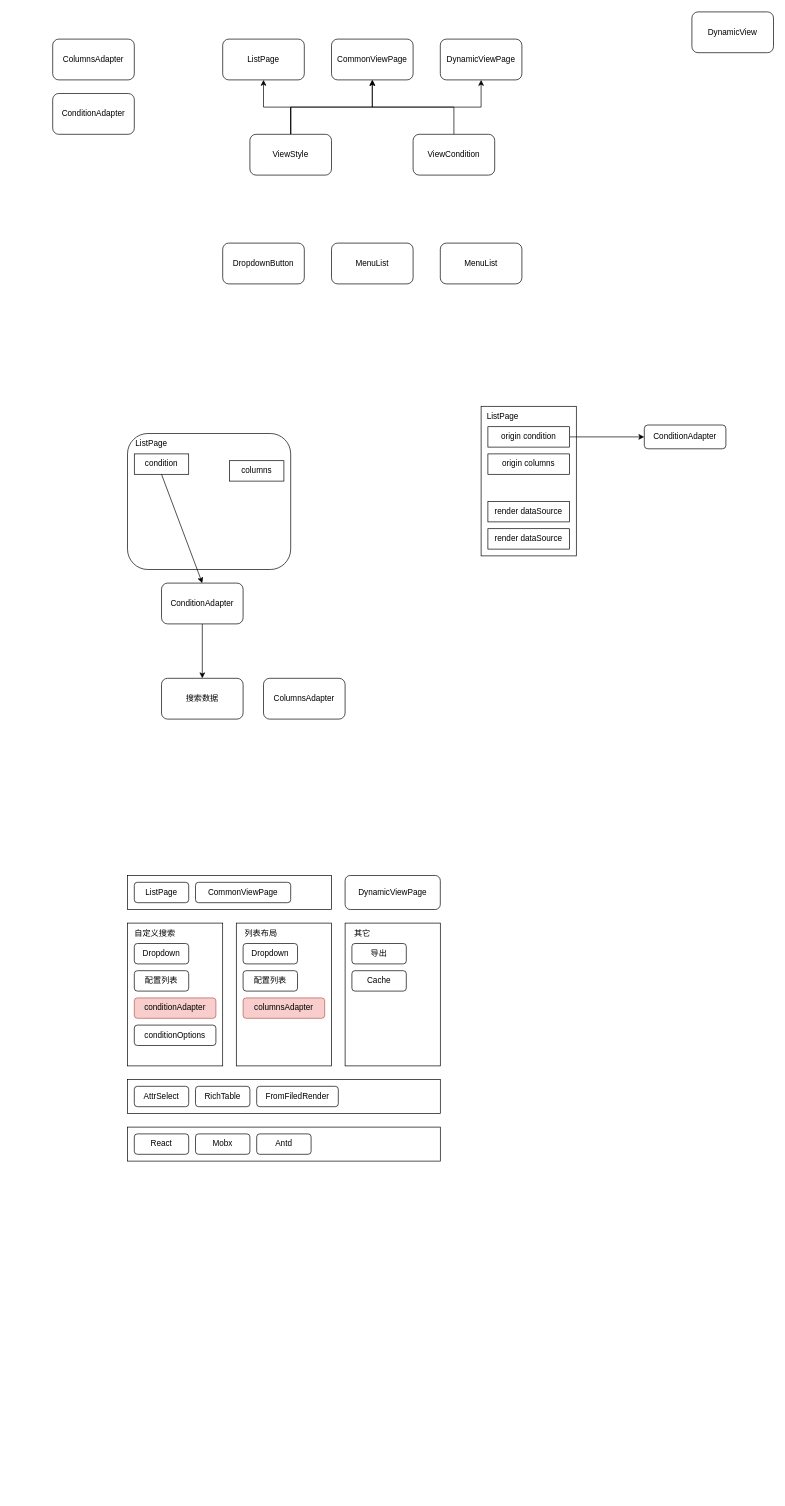
Above: page "第 1 页" (1 of 3) of dynamic_view.drawio in SikyChen/diagrams (draw.io), before the change. Source tidied: cells renumbered, new cells numbered last; positions are measured from the earlier drawing's top-left corner, leaving out a move shared by most shapes. Both pictures are drawn from the tidied source at 68%, with x=0, y=0 at pixel (52, 12).
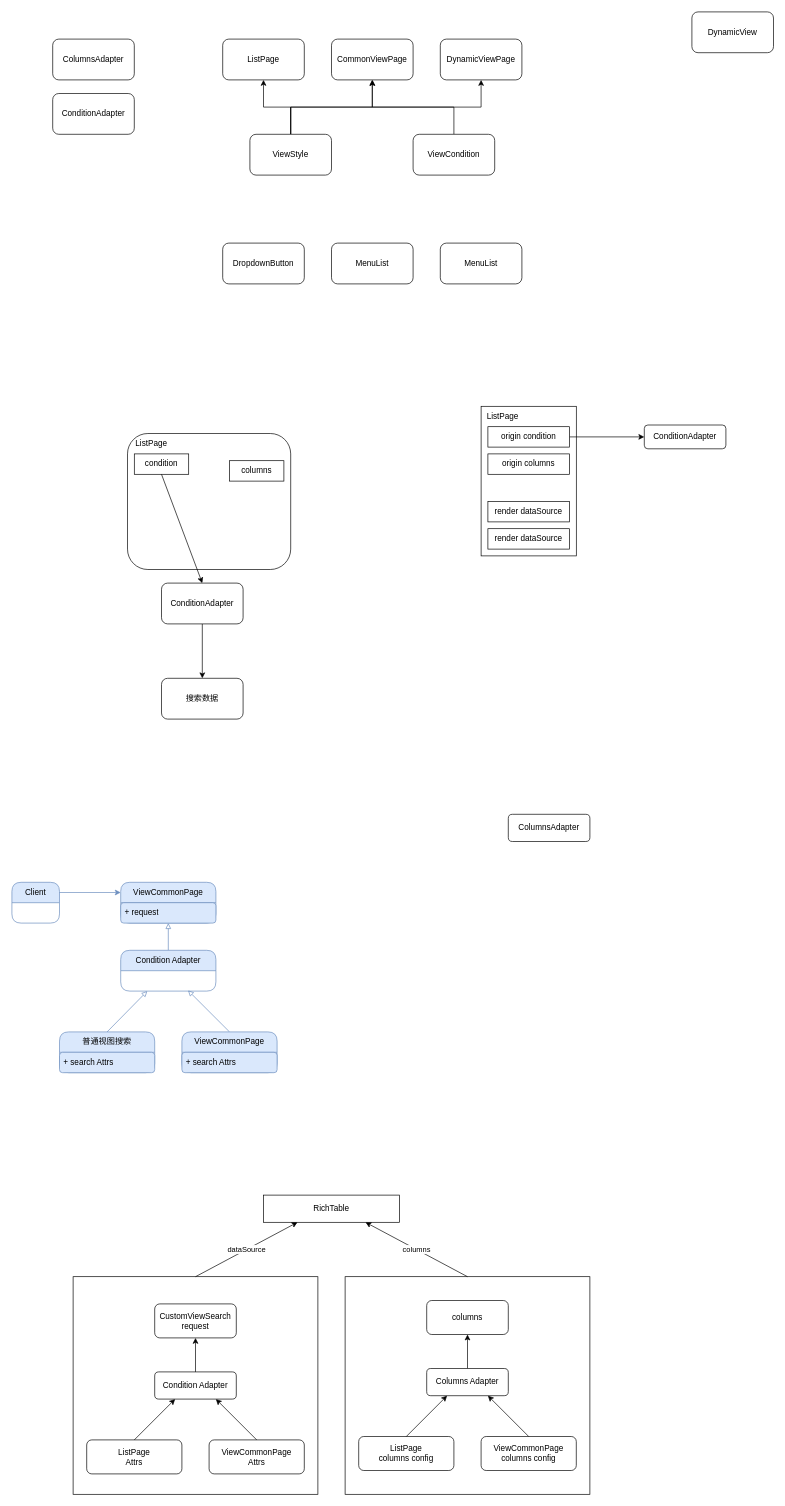
After the change.

Diff of the diagram source:
```diff
@@
+    <mxCell id="62" style="rounded=0;whiteSpace=wrap;html=1;strokeColor=default;" parent="1" vertex="1">
+      <mxGeometry x="430" y="1860" width="360" height="320" as="geometry" />
+    </mxCell>
+    <mxCell id="63" style="rounded=0;whiteSpace=wrap;html=1;strokeColor=default;" parent="1" vertex="1">
+      <mxGeometry x="30" y="1860" width="360" height="320" as="geometry" />
+    </mxCell>
@@
     <mxCell id="22" value="ColumnsAdapter" style="rounded=1;whiteSpace=wrap;html=1;" parent="1" vertex="1">
-      <mxGeometry x="310" y="980" width="120" height="60" as="geometry" />
+      <mxGeometry x="670" y="1180" width="120" height="40" as="geometry" />
     </mxCell>
@@
-    <mxCell id="35" style="rounded=0;whiteSpace=wrap;html=1;" parent="1" vertex="1">
-      <mxGeometry x="110" y="1340" width="140" height="210" as="geometry" />
-    </mxCell>
-    <mxCell id="36" value="自定义搜索" style="text;html=1;align=center;verticalAlign=middle;strokeColor=none;fillColor=none;" parent="1" vertex="1">
-      <mxGeometry x="110" y="1340" width="80" height="30" as="geometry" />
-    </mxCell>
-    <mxCell id="37" value="Dropdown" style="rounded=1;whiteSpace=wrap;html=1;" parent="1" vertex="1">
-      <mxGeometry x="120" y="1370" width="80" height="30" as="geometry" />
-    </mxCell>
-    <mxCell id="38" value="配置列表" style="rounded=1;whiteSpace=wrap;html=1;" parent="1" vertex="1">
-      <mxGeometry x="120" y="1410" width="80" height="30" as="geometry" />
-    </mxCell>
-    <mxCell id="39" value="conditionAdapter" style="rounded=1;whiteSpace=wrap;html=1;fillColor=#f8cecc;strokeColor=#b85450;" parent="1" vertex="1">
-      <mxGeometry x="120" y="1450" width="120" height="30" as="geometry" />
-    </mxCell>
-    <mxCell id="40" style="rounded=0;whiteSpace=wrap;html=1;" parent="1" vertex="1">
-      <mxGeometry x="270" y="1340" width="140" height="210" as="geometry" />
-    </mxCell>
-    <mxCell id="41" value="列表布局" style="text;html=1;align=center;verticalAlign=middle;strokeColor=none;fillColor=none;" parent="1" vertex="1">
-      <mxGeometry x="271" y="1340" width="70" height="30" as="geometry" />
-    </mxCell>
-    <mxCell id="42" value="Dropdown" style="rounded=1;whiteSpace=wrap;html=1;" parent="1" vertex="1">
-      <mxGeometry x="280" y="1370" width="80" height="30" as="geometry" />
-    </mxCell>
-    <mxCell id="43" value="配置列表" style="rounded=1;whiteSpace=wrap;html=1;" parent="1" vertex="1">
-      <mxGeometry x="280" y="1410" width="80" height="30" as="geometry" />
-    </mxCell>
-    <mxCell id="44" value="columnsAdapter" style="rounded=1;whiteSpace=wrap;html=1;fillColor=#f8cecc;strokeColor=#b85450;" parent="1" vertex="1">
-      <mxGeometry x="280" y="1450" width="120" height="30" as="geometry" />
-    </mxCell>
-    <mxCell id="45" value="conditionOptions" style="rounded=1;whiteSpace=wrap;html=1;" parent="1" vertex="1">
-      <mxGeometry x="120" y="1490" width="120" height="30" as="geometry" />
-    </mxCell>
-    <mxCell id="46" style="rounded=0;whiteSpace=wrap;html=1;" parent="1" vertex="1">
-      <mxGeometry x="430" y="1340" width="140" height="210" as="geometry" />
-    </mxCell>
-    <mxCell id="47" value="其它" style="text;html=1;align=center;verticalAlign=middle;strokeColor=none;fillColor=none;" parent="1" vertex="1">
-      <mxGeometry x="430" y="1340" width="50" height="30" as="geometry" />
-    </mxCell>
-    <mxCell id="48" value="导出" style="rounded=1;whiteSpace=wrap;html=1;" parent="1" vertex="1">
-      <mxGeometry x="440" y="1370" width="80" height="30" as="geometry" />
-    </mxCell>
-    <mxCell id="49" style="rounded=0;whiteSpace=wrap;html=1;" parent="1" vertex="1">
-      <mxGeometry x="110" y="1570" width="460" height="50" as="geometry" />
-    </mxCell>
-    <mxCell id="50" value="AttrSelect" style="rounded=1;whiteSpace=wrap;html=1;" parent="1" vertex="1">
-      <mxGeometry x="120" y="1580" width="80" height="30" as="geometry" />
-    </mxCell>
+    <mxCell id="64" style="endArrow=block;html=1;rounded=0;exitX=0.5;exitY=0;exitDx=0;exitDy=0;entryX=0.279;entryY=1;entryDx=0;entryDy=0;entryPerimeter=0;endFill=0;fillColor=#dae8fc;strokeColor=#6c8ebf;" parent="1" edge="1" source="66">
+      <mxGeometry relative="1" as="geometry">
+        <mxPoint x="139.1" y="1440" as="targetPoint" />
+      </mxGeometry>
+    </mxCell>
+    <mxCell id="65" style="endArrow=block;html=1;rounded=0;exitX=0.5;exitY=0;exitDx=0;exitDy=0;entryX=0.707;entryY=0.967;entryDx=0;entryDy=0;entryPerimeter=0;endFill=0;fillColor=#dae8fc;strokeColor=#6c8ebf;" parent="1" edge="1" source="68">
+      <mxGeometry relative="1" as="geometry">
+        <mxPoint x="199" y="1439" as="targetPoint" />
+      </mxGeometry>
+    </mxCell>
+    <mxCell id="66" value="普通视图搜索" style="swimlane;fontStyle=0;horizontal=1;startSize=30;whiteSpace=wrap;html=1;rounded=1;fillColor=#dae8fc;strokeColor=#6c8ebf;" parent="1" vertex="1">
+      <mxGeometry x="10" y="1500" width="140" height="60" as="geometry" />
+    </mxCell>
+    <mxCell id="67" value="&lt;span style=&quot;text-align: center;&quot;&gt;+ search Attrs&lt;/span&gt;" style="text;strokeColor=#6c8ebf;fillColor=#dae8fc;align=left;verticalAlign=middle;spacingLeft=4;spacingRight=4;overflow=hidden;whiteSpace=wrap;html=1;rounded=1;" parent="66" vertex="1">
+      <mxGeometry y="30" width="140" height="30" as="geometry" />
+    </mxCell>
+    <mxCell id="68" value="ViewCommonPage" style="swimlane;fontStyle=0;horizontal=1;startSize=30;whiteSpace=wrap;html=1;rounded=1;fillColor=#dae8fc;strokeColor=#6c8ebf;" parent="1" vertex="1">
+      <mxGeometry x="190" y="1500" width="140" height="60" as="geometry" />
+    </mxCell>
+    <mxCell id="69" value="&lt;span style=&quot;text-align: center;&quot;&gt;+ search Attrs&lt;/span&gt;" style="text;strokeColor=#6c8ebf;fillColor=#dae8fc;align=left;verticalAlign=middle;spacingLeft=4;spacingRight=4;overflow=hidden;whiteSpace=wrap;html=1;rounded=1;" parent="68" vertex="1">
+      <mxGeometry y="30" width="140" height="30" as="geometry" />
+    </mxCell>
+    <mxCell id="70" style="edgeStyle=orthogonalEdgeStyle;rounded=0;jettySize=auto;html=1;endArrow=block;endFill=0;fillColor=#dae8fc;strokeColor=#6c8ebf;entryX=0.5;entryY=1;entryDx=0;entryDy=0;entryPerimeter=0;" parent="1" edge="1" source="71" target="74">
+      <mxGeometry relative="1" as="geometry" />
+    </mxCell>
+    <mxCell id="71" value="Condition Adapter" style="swimlane;fontStyle=0;horizontal=1;startSize=30;whiteSpace=wrap;html=1;rounded=1;fillColor=#dae8fc;strokeColor=#6c8ebf;" parent="1" vertex="1">
+      <mxGeometry x="100" y="1380" width="140" height="60" as="geometry" />
+    </mxCell>
+    <mxCell id="72" value="Client" style="swimlane;fontStyle=0;horizontal=1;startSize=30;whiteSpace=wrap;html=1;rounded=1;fillColor=#dae8fc;strokeColor=#6c8ebf;" parent="1" vertex="1">
+      <mxGeometry x="-60" y="1280" width="70" height="60" as="geometry" />
+    </mxCell>
+    <mxCell id="73" value="ViewCommonPage" style="swimlane;fontStyle=0;horizontal=1;startSize=30;whiteSpace=wrap;html=1;rounded=1;fillColor=#dae8fc;strokeColor=#6c8ebf;" parent="1" vertex="1">
+      <mxGeometry x="100" y="1280" width="140" height="60" as="geometry" />
+    </mxCell>
+    <mxCell id="74" value="+ request" style="text;strokeColor=#6c8ebf;fillColor=#dae8fc;align=left;verticalAlign=middle;spacingLeft=4;spacingRight=4;overflow=hidden;points=[[0,0.5],[1,0.5]];portConstraint=eastwest;whiteSpace=wrap;html=1;rounded=1;" parent="73" vertex="1">
+      <mxGeometry y="30" width="140" height="30" as="geometry" />
+    </mxCell>
+    <mxCell id="75" style="endArrow=classic;html=1;rounded=0;exitX=1;exitY=0.25;exitDx=0;exitDy=0;entryX=0;entryY=0.25;entryDx=0;entryDy=0;fillColor=#dae8fc;strokeColor=#6c8ebf;" parent="1" edge="1" source="72" target="73">
+      <mxGeometry relative="1" as="geometry" />
+    </mxCell>
+    <mxCell id="76" value="CustomViewSearch&lt;br&gt;&lt;span style=&quot;text-align: left;&quot;&gt;request&lt;/span&gt;" style="rounded=1;whiteSpace=wrap;html=1;strokeColor=default;" parent="1" vertex="1">
+      <mxGeometry x="150" y="1900" width="120" height="50" as="geometry" />
+    </mxCell>
+    <mxCell id="77" style="edgeStyle=orthogonalEdgeStyle;rounded=0;jettySize=auto;html=1;exitX=0.5;exitY=0;exitDx=0;exitDy=0;entryX=0.5;entryY=1;entryDx=0;entryDy=0;endArrow=classic;endFill=1;" parent="1" edge="1" source="78" target="76">
+      <mxGeometry relative="1" as="geometry" />
+    </mxCell>
+    <mxCell id="78" value="Condition Adapter" style="rounded=1;whiteSpace=wrap;html=1;strokeColor=default;" parent="1" vertex="1">
+      <mxGeometry x="150" y="2000" width="120" height="40" as="geometry" />
+    </mxCell>
+    <mxCell id="79" value="ListPage&lt;br&gt;Attrs" style="rounded=1;whiteSpace=wrap;html=1;strokeColor=default;" parent="1" vertex="1">
+      <mxGeometry x="50" y="2100" width="140" height="50" as="geometry" />
+    </mxCell>
+    <mxCell id="80" value="ViewCommonPage&lt;br&gt;Attrs" style="rounded=1;whiteSpace=wrap;html=1;strokeColor=default;" parent="1" vertex="1">
+      <mxGeometry x="230" y="2100" width="140" height="50" as="geometry" />
+    </mxCell>
+    <mxCell id="81" style="endArrow=classic;html=1;rounded=0;exitX=0.5;exitY=0;exitDx=0;exitDy=0;entryX=0.25;entryY=1;entryDx=0;entryDy=0;" parent="1" edge="1" source="79" target="78">
+      <mxGeometry relative="1" as="geometry" />
+    </mxCell>
+    <mxCell id="82" style="endArrow=classic;html=1;rounded=0;exitX=0.5;exitY=0;exitDx=0;exitDy=0;entryX=0.75;entryY=1;entryDx=0;entryDy=0;" parent="1" edge="1" source="80" target="78">
+      <mxGeometry relative="1" as="geometry" />
+    </mxCell>
+    <mxCell id="83" value="columns" style="rounded=1;whiteSpace=wrap;html=1;strokeColor=default;" parent="1" vertex="1">
+      <mxGeometry x="550" y="1895" width="120" height="50" as="geometry" />
+    </mxCell>
+    <mxCell id="84" style="edgeStyle=orthogonalEdgeStyle;rounded=0;jettySize=auto;html=1;exitX=0.5;exitY=0;exitDx=0;exitDy=0;entryX=0.5;entryY=1;entryDx=0;entryDy=0;endArrow=classic;endFill=1;" parent="1" edge="1" source="85" target="83">
+      <mxGeometry relative="1" as="geometry" />
+    </mxCell>
+    <mxCell id="85" value="Columns Adapter" style="rounded=1;whiteSpace=wrap;html=1;strokeColor=default;" parent="1" vertex="1">
+      <mxGeometry x="550" y="1995" width="120" height="40" as="geometry" />
+    </mxCell>
+    <mxCell id="86" value="ListPage&lt;br&gt;columns config" style="rounded=1;whiteSpace=wrap;html=1;strokeColor=default;" parent="1" vertex="1">
+      <mxGeometry x="450" y="2095" width="140" height="50" as="geometry" />
+    </mxCell>
+    <mxCell id="87" value="ViewCommonPage&lt;br&gt;columns config" style="rounded=1;whiteSpace=wrap;html=1;strokeColor=default;" parent="1" vertex="1">
+      <mxGeometry x="630" y="2095" width="140" height="50" as="geometry" />
+    </mxCell>
+    <mxCell id="88" style="endArrow=classic;html=1;rounded=0;exitX=0.5;exitY=0;exitDx=0;exitDy=0;entryX=0.25;entryY=1;entryDx=0;entryDy=0;" parent="1" edge="1" source="86" target="85">
+      <mxGeometry relative="1" as="geometry" />
+    </mxCell>
+    <mxCell id="89" style="endArrow=classic;html=1;rounded=0;exitX=0.5;exitY=0;exitDx=0;exitDy=0;entryX=0.75;entryY=1;entryDx=0;entryDy=0;" parent="1" edge="1" source="87" target="85">
+      <mxGeometry relative="1" as="geometry" />
+    </mxCell>
-    <mxCell id="51" value="RichTable" style="rounded=1;whiteSpace=wrap;html=1;" parent="1" vertex="1">
-      <mxGeometry x="210" y="1580" width="80" height="30" as="geometry" />
+    <mxCell id="51" value="RichTable" style="rounded=0;whiteSpace=wrap;html=1;strokeColor=default;" parent="1" vertex="1">
+      <mxGeometry x="310" y="1740" width="200" height="40" as="geometry" />
     </mxCell>
-    <mxCell id="52" style="rounded=0;whiteSpace=wrap;html=1;" parent="1" vertex="1">
-      <mxGeometry x="110" y="1640" width="460" height="50" as="geometry" />
-    </mxCell>
-    <mxCell id="53" value="React" style="rounded=1;whiteSpace=wrap;html=1;" parent="1" vertex="1">
-      <mxGeometry x="120" y="1650" width="80" height="30" as="geometry" />
-    </mxCell>
-    <mxCell id="54" value="Mobx" style="rounded=1;whiteSpace=wrap;html=1;" parent="1" vertex="1">
-      <mxGeometry x="210" y="1650" width="80" height="30" as="geometry" />
-    </mxCell>
-    <mxCell id="55" value="Antd" style="rounded=1;whiteSpace=wrap;html=1;" parent="1" vertex="1">
-      <mxGeometry x="300" y="1650" width="80" height="30" as="geometry" />
-    </mxCell>
-    <mxCell id="56" value="FromFiledRender" style="rounded=1;whiteSpace=wrap;html=1;" parent="1" vertex="1">
-      <mxGeometry x="300" y="1580" width="120" height="30" as="geometry" />
-    </mxCell>
-    <mxCell id="57" style="rounded=0;whiteSpace=wrap;html=1;" parent="1" vertex="1">
-      <mxGeometry x="110" y="1270" width="300" height="50" as="geometry" />
-    </mxCell>
-    <mxCell id="58" value="ListPage" style="rounded=1;whiteSpace=wrap;html=1;" parent="1" vertex="1">
-      <mxGeometry x="120" y="1280" width="80" height="30" as="geometry" />
-    </mxCell>
-    <mxCell id="59" value="CommonViewPage" style="rounded=1;whiteSpace=wrap;html=1;" parent="1" vertex="1">
-      <mxGeometry x="210" y="1280" width="140" height="30" as="geometry" />
-    </mxCell>
-    <mxCell id="60" value="DynamicViewPage" style="rounded=1;whiteSpace=wrap;html=1;" parent="1" vertex="1">
-      <mxGeometry x="430" y="1270" width="140" height="50" as="geometry" />
-    </mxCell>
-    <mxCell id="61" value="Cache" style="rounded=1;whiteSpace=wrap;html=1;" parent="1" vertex="1">
-      <mxGeometry x="440" y="1410" width="80" height="30" as="geometry" />
-    </mxCell>
+    <mxCell id="90" value="dataSource" style="endArrow=classic;html=1;rounded=0;exitX=0.5;exitY=0;exitDx=0;exitDy=0;entryX=0.25;entryY=1;entryDx=0;entryDy=0;" parent="1" edge="1" source="63" target="51">
+      <mxGeometry relative="1" as="geometry" />
+    </mxCell>
+    <mxCell id="91" value="columns" style="endArrow=classic;html=1;rounded=0;exitX=0.5;exitY=0;exitDx=0;exitDy=0;entryX=0.75;entryY=1;entryDx=0;entryDy=0;" parent="1" edge="1" source="62" target="51">
+      <mxGeometry relative="1" as="geometry" />
+    </mxCell>
```
